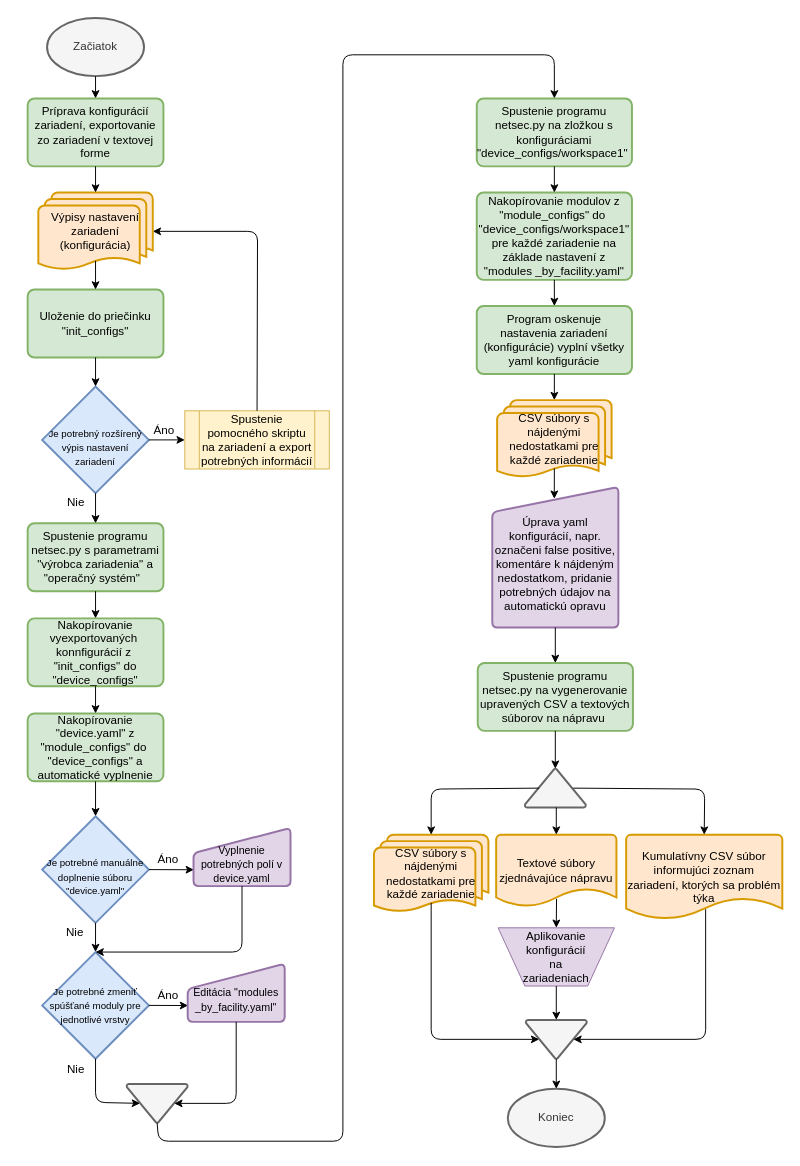
This is thesis/obrazky/flowchart.drawio from siorus/MasterThesis, a draw.io file, before an edit. Source tidied: cells renumbered, new cells numbered last; positions are measured from the earlier drawing's top-left corner, leaving out a move shared by most shapes. Both pictures are drawn from the tidied source at 97%, with x=0, y=0 at pixel (27, 17).
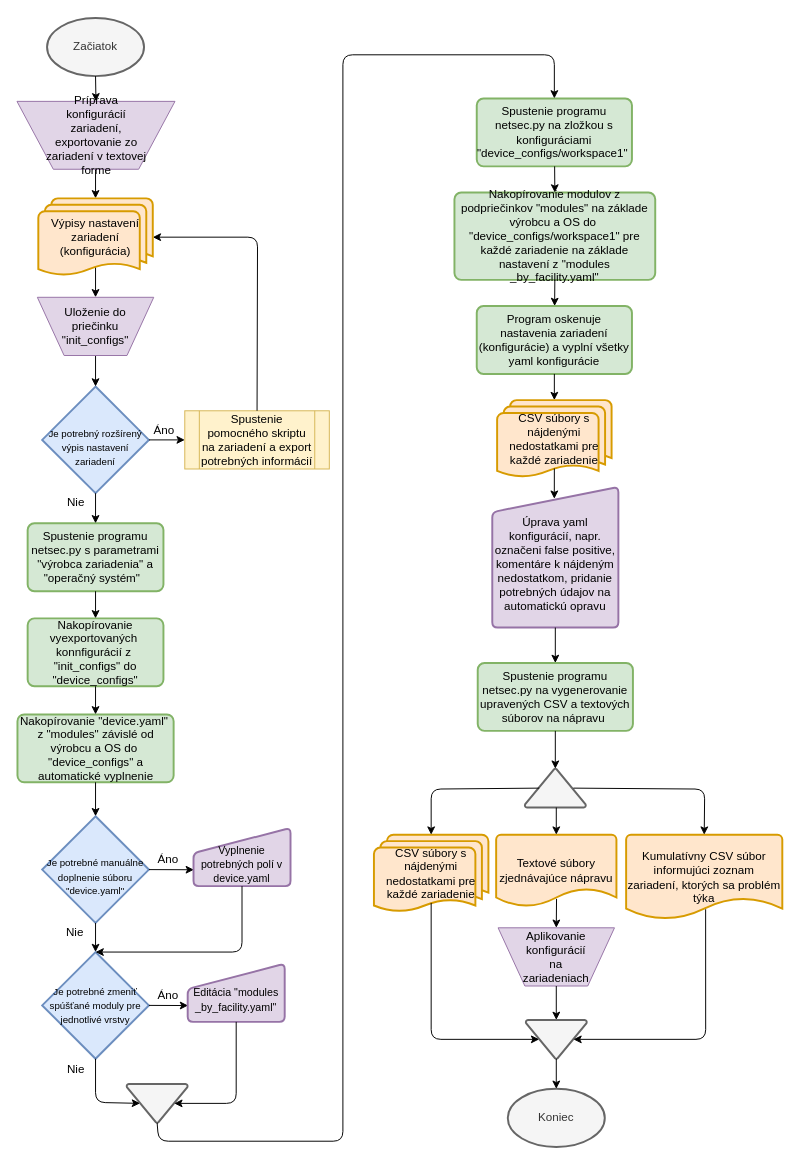
The same diagram, later.

Unchanged cells that the change refers to:
```xml
<mxCell id="2" value="Začiatok" style="strokeWidth=2;html=1;shape=mxgraph.flowchart.start_1;whiteSpace=wrap;fontFamily=Vafle VUT;fillColor=#f5f5f5;strokeColor=#666666;fontColor=#333333;" parent="1" vertex="1">
  <mxGeometry x="20" width="100" height="60" as="geometry" />
</mxCell>
<mxCell id="3" value="&lt;font style=&quot;font-size: 10px&quot;&gt;&lt;br&gt;Je potrebný rozšírený výpis nastavení zariadení&lt;/font&gt;" style="strokeWidth=2;html=1;shape=mxgraph.flowchart.decision;whiteSpace=wrap;fontFamily=Vafle VUT;fillColor=#dae8fc;strokeColor=#6c8ebf;" parent="1" vertex="1">
  <mxGeometry x="15" y="380" width="110" height="110" as="geometry" />
</mxCell>
<mxCell id="4" value="Spustenie pomocného skriptu na zariadení a export potrebných informácií" style="shape=process;whiteSpace=wrap;html=1;backgroundOutline=1;fontFamily=Vafle VUT;fillColor=#fff2cc;strokeColor=#d6b656;" parent="1" vertex="1">
  <mxGeometry x="162" y="405" width="149" height="60" as="geometry" />
</mxCell>
<mxCell id="18" value="Nakopírovanie vyexportovaných&amp;nbsp; konnfigurácií z&amp;nbsp; &quot;init_configs&quot; do &quot;device_configs&quot;" style="rounded=1;whiteSpace=wrap;html=1;absoluteArcSize=1;arcSize=14;strokeWidth=2;fontFamily=Vafle VUT;fillColor=#d5e8d4;strokeColor=#82b366;" parent="1" vertex="1">
  <mxGeometry y="619" width="140" height="70" as="geometry" />
</mxCell>
```

Diff of the diagram source:
```diff
@@
     <mxCell id="7" style="endArrow=classic;html=1;fontFamily=Vafle VUT;exitX=0.5;exitY=0;exitDx=0;exitDy=0;entryX=1;entryY=0.5;entryDx=0;entryDy=0;entryPerimeter=0;" parent="1" edge="1" source="4" target="11">
       <mxGeometry relative="1" as="geometry">
         <Array as="points">
-          <mxPoint x="237" y="220" />
+          <mxPoint x="237" y="226" />
         </Array>
       </mxGeometry>
     </mxCell>
@@
-    <mxCell id="10" value="Príprava konfigurácií zariadení, exportovanie zo zariadení v textovej forme" style="rounded=1;whiteSpace=wrap;html=1;absoluteArcSize=1;arcSize=14;strokeWidth=2;fontFamily=Vafle VUT;fillColor=#d5e8d4;strokeColor=#82b366;" parent="1" vertex="1">
-      <mxGeometry y="83" width="140" height="70" as="geometry" />
-    </mxCell>
-    <mxCell id="11" value="Výpisy nastavení zariadení (konfigurácia)" style="strokeWidth=2;html=1;shape=mxgraph.flowchart.multi-document;whiteSpace=wrap;fontFamily=Vafle VUT;fillColor=#ffe6cc;strokeColor=#d79b00;" parent="1" vertex="1">
-      <mxGeometry x="11" y="180" width="118" height="80" as="geometry" />
-    </mxCell>
-    <mxCell id="12" style="endArrow=classic;html=1;fontFamily=Vafle VUT;entryX=0.5;entryY=0;entryDx=0;entryDy=0;entryPerimeter=0;exitX=0.5;exitY=1;exitDx=0;exitDy=0;" parent="1" edge="1" source="10" target="11">
-      <mxGeometry relative="1" as="geometry" />
+    <mxCell id="12" style="endArrow=classic;html=1;fontFamily=Vafle VUT;entryX=0.5;entryY=0;entryDx=0;entryDy=0;entryPerimeter=0;" parent="1" edge="1" target="11">
+      <mxGeometry relative="1" as="geometry">
+        <mxPoint x="70" y="158" as="sourcePoint" />
+        <Array as="points">
+          <mxPoint x="70" y="148" />
+        </Array>
+      </mxGeometry>
     </mxCell>
-    <mxCell id="13" value="Uloženie do priečinku &quot;init_configs&quot;" style="rounded=1;whiteSpace=wrap;html=1;absoluteArcSize=1;arcSize=14;strokeWidth=2;fontFamily=Vafle VUT;fillColor=#d5e8d4;strokeColor=#82b366;" parent="1" vertex="1">
-      <mxGeometry y="280" width="140" height="70" as="geometry" />
-    </mxCell>
-    <mxCell id="14" style="endArrow=classic;html=1;fontFamily=Vafle VUT;exitX=0.5;exitY=0.88;exitDx=0;exitDy=0;exitPerimeter=0;" parent="1" edge="1" source="11" target="13">
+    <mxCell id="14" style="endArrow=classic;html=1;fontFamily=Vafle VUT;exitX=0.5;exitY=0.88;exitDx=0;exitDy=0;exitPerimeter=0;entryX=0.5;entryY=0;entryDx=0;entryDy=0;" parent="1" edge="1" source="11" target="71">
       <mxGeometry relative="1" as="geometry" />
     </mxCell>
-    <mxCell id="15" style="endArrow=classic;html=1;fontFamily=Vafle VUT;entryX=0.5;entryY=0;entryDx=0;entryDy=0;exitX=0.5;exitY=1;exitDx=0;exitDy=0;exitPerimeter=0;" parent="1" edge="1" source="2" target="10">
+    <mxCell id="15" style="endArrow=classic;html=1;fontFamily=Vafle VUT;exitX=0.5;exitY=1;exitDx=0;exitDy=0;exitPerimeter=0;entryX=0.5;entryY=0;entryDx=0;entryDy=0;" parent="1" edge="1" source="2" target="69">
       <mxGeometry relative="1" as="geometry" />
     </mxCell>
-    <mxCell id="16" style="endArrow=classic;html=1;fontFamily=Vafle VUT;entryX=0.5;entryY=0;entryDx=0;entryDy=0;entryPerimeter=0;exitX=0.5;exitY=1;exitDx=0;exitDy=0;" parent="1" edge="1" source="13" target="3">
+    <mxCell id="16" style="endArrow=classic;html=1;fontFamily=Vafle VUT;entryX=0.5;entryY=0;entryDx=0;entryDy=0;entryPerimeter=0;exitX=0.5;exitY=1;exitDx=0;exitDy=0;" parent="1" edge="1" source="71" target="3">
       <mxGeometry relative="1" as="geometry" />
     </mxCell>
@@
-    <mxCell id="19" value="Nakopírovanie &quot;device.yaml&quot; z &quot;module_configs&quot; do&amp;nbsp; &quot;device_configs&quot; a automatické vyplnenie" style="rounded=1;whiteSpace=wrap;html=1;absoluteArcSize=1;arcSize=14;strokeWidth=2;fontFamily=Vafle VUT;fillColor=#d5e8d4;strokeColor=#82b366;" parent="1" vertex="1">
-      <mxGeometry y="717" width="140" height="70" as="geometry" />
+    <mxCell id="19" value="Nakopírovanie &quot;device.yaml&quot;&amp;nbsp; z &quot;modules&quot; závislé od výrobcu a OS&amp;nbsp;do&amp;nbsp; &quot;device_configs&quot; a automatické vyplnenie" style="rounded=1;whiteSpace=wrap;html=1;absoluteArcSize=1;arcSize=14;strokeWidth=2;fontFamily=Vafle VUT;fillColor=#d5e8d4;strokeColor=#82b366;" parent="1" vertex="1">
+      <mxGeometry x="-10.5" y="718" width="161" height="70" as="geometry" />
     </mxCell>
@@
-    <mxCell id="21" style="endArrow=classic;html=1;fontFamily=Vafle VUT;exitX=0.5;exitY=1;exitDx=0;exitDy=0;" parent="1" edge="1" source="18">
-      <mxGeometry relative="1" as="geometry">
-        <mxPoint x="70" y="717" as="targetPoint" />
-      </mxGeometry>
+    <mxCell id="21" style="endArrow=classic;html=1;fontFamily=Vafle VUT;exitX=0.5;exitY=1;exitDx=0;exitDy=0;entryX=0.5;entryY=0;entryDx=0;entryDy=0;" parent="1" edge="1" source="18" target="19">
+      <mxGeometry relative="1" as="geometry" />
     </mxCell>
@@
-    <mxCell id="36" value="&lt;font style=&quot;font-size: 12px&quot;&gt;Nakopírovanie modulov z &quot;module_configs&quot; do&amp;nbsp; &quot;device_configs/workspace1&quot; pre každé zariadenie na základe nastavení z &quot;modules _by_facility.yaml&quot;&lt;/font&gt;" style="rounded=1;whiteSpace=wrap;html=1;absoluteArcSize=1;arcSize=14;strokeWidth=2;fontFamily=Vafle VUT;fillColor=#d5e8d4;strokeColor=#82b366;" parent="1" vertex="1">
-      <mxGeometry x="463" y="180" width="160" height="90" as="geometry" />
+    <mxCell id="36" value="&lt;font style=&quot;font-size: 12px&quot;&gt;Nakopírovanie modulov z podpriečinkov &quot;modules&quot; na základe výrobcu a OS do&amp;nbsp; &quot;device_configs/workspace1&quot; pre každé zariadenie na základe nastavení z &quot;modules _by_facility.yaml&quot;&lt;/font&gt;" style="rounded=1;whiteSpace=wrap;html=1;absoluteArcSize=1;arcSize=14;strokeWidth=2;fontFamily=Vafle VUT;fillColor=#d5e8d4;strokeColor=#82b366;" parent="1" vertex="1">
+      <mxGeometry x="440" y="180" width="207" height="90" as="geometry" />
     </mxCell>
@@
-    <mxCell id="38" value="&lt;span style=&quot;white-space: normal&quot;&gt;&lt;font style=&quot;font-size: 12px&quot;&gt;Program oskenuje nastavenia zariadení (konfigurácie) vyplní všetky yaml konfigurácie&lt;/font&gt;&lt;/span&gt;" style="rounded=1;whiteSpace=wrap;html=1;absoluteArcSize=1;arcSize=14;strokeWidth=2;fontFamily=Vafle VUT;fillColor=#d5e8d4;strokeColor=#82b366;" parent="1" vertex="1">
+    <mxCell id="38" value="&lt;span style=&quot;white-space: normal&quot;&gt;&lt;font style=&quot;font-size: 12px&quot;&gt;Program oskenuje nastavenia zariadení (konfigurácie) a vyplní všetky yaml konfigurácie&lt;/font&gt;&lt;/span&gt;" style="rounded=1;whiteSpace=wrap;html=1;absoluteArcSize=1;arcSize=14;strokeWidth=2;fontFamily=Vafle VUT;fillColor=#d5e8d4;strokeColor=#82b366;" parent="1" vertex="1">
       <mxGeometry x="463" y="297" width="160" height="70" as="geometry" />
     </mxCell>
@@
+    <mxCell id="68" style="group;" parent="1" vertex="1">
+      <mxGeometry x="-11" y="86" width="190" height="70" as="geometry" />
+    </mxCell>
+    <mxCell id="69" style="verticalLabelPosition=bottom;verticalAlign=top;html=1;shape=trapezoid;perimeter=trapezoidPerimeter;whiteSpace=wrap;size=0.23;arcSize=10;flipV=1;fontFamily=Vafle VUT;fillColor=#e1d5e7;strokeColor=#9673a6;" parent="68" vertex="1">
+      <mxGeometry width="162.9" height="70" as="geometry" />
+    </mxCell>
+    <mxCell id="10" value="Príprava konfigurácií zariadení, exportovanie zo zariadení v textovej forme" style="text;html=1;strokeColor=none;fillColor=none;align=center;verticalAlign=middle;whiteSpace=wrap;rounded=0;fontFamily=Vafle VUT;" parent="68" vertex="1">
+      <mxGeometry x="25.5" y="25" width="112" height="20" as="geometry" />
+    </mxCell>
+    <mxCell id="70" style="group;" parent="1" vertex="1">
+      <mxGeometry x="10" y="288" width="120" height="60" as="geometry" />
+    </mxCell>
+    <mxCell id="71" style="verticalLabelPosition=bottom;verticalAlign=top;html=1;shape=trapezoid;perimeter=trapezoidPerimeter;whiteSpace=wrap;size=0.23;arcSize=10;flipV=1;fontFamily=Vafle VUT;fillColor=#e1d5e7;strokeColor=#9673a6;" parent="70" vertex="1">
+      <mxGeometry width="120" height="60" as="geometry" />
+    </mxCell>
+    <mxCell id="13" value="Uloženie do priečinku &quot;init_configs&quot;" style="text;html=1;strokeColor=none;fillColor=none;align=center;verticalAlign=middle;whiteSpace=wrap;rounded=0;fontFamily=Vafle VUT;" parent="70" vertex="1">
+      <mxGeometry x="40" y="20" width="40" height="20" as="geometry" />
+    </mxCell>
+    <mxCell id="11" value="Výpisy nastavení zariadení (konfigurácia)" style="strokeWidth=2;html=1;shape=mxgraph.flowchart.multi-document;whiteSpace=wrap;fontFamily=Vafle VUT;fillColor=#ffe6cc;strokeColor=#d79b00;" parent="1" vertex="1">
+      <mxGeometry x="11" y="186" width="118" height="80" as="geometry" />
+    </mxCell>
```
